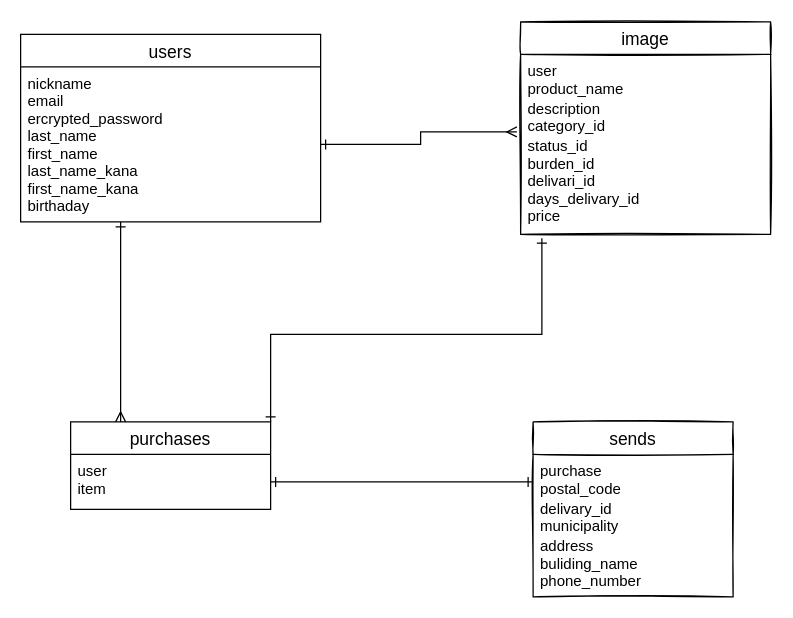
This is ER.dio from hi08ki/furima-36099, a draw.io file, before an edit. Source tidied: cells renumbered, new cells numbered last; positions are measured from the earlier drawing's top-left corner, leaving out a move shared by most shapes. Both pictures are drawn from the tidied source at 125%, with x=0, y=0 at pixel (20, 21).
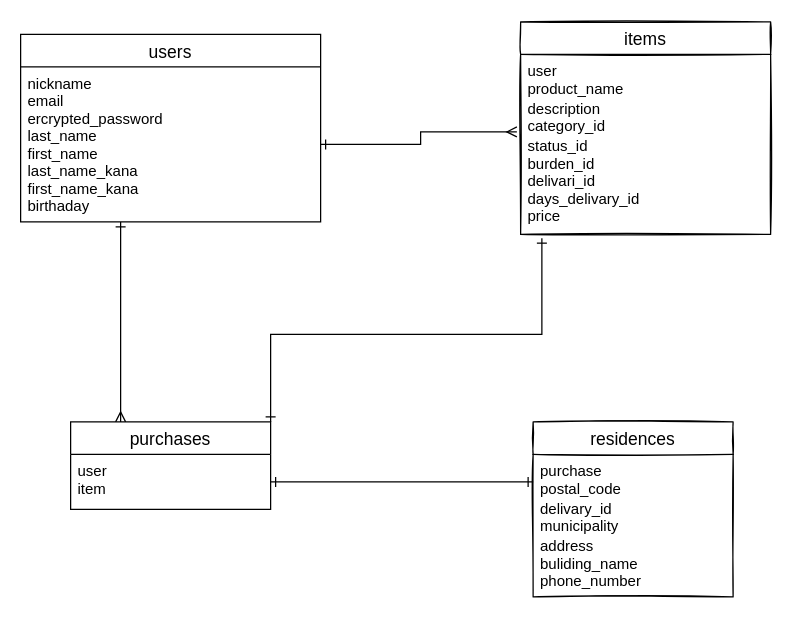
The same diagram, later.

Diff of the diagram source:
```diff
@@
-    <mxCell id="8" value="image" style="swimlane;fontStyle=0;horizontal=1;startSize=26;align=center;fontSize=14;sketch=1;" parent="1" vertex="1">
+    <mxCell id="8" value="items" style="swimlane;fontStyle=0;horizontal=1;startSize=26;align=center;fontSize=14;sketch=1;" parent="1" vertex="1">
       <mxGeometry x="400" width="200" height="170" as="geometry" />
     </mxCell>
@@
-    <mxCell id="12" value="sends" style="swimlane;fontStyle=0;horizontal=1;startSize=26;align=center;fontSize=14;sketch=1;" parent="1" vertex="1">
+    <mxCell id="12" value="residences" style="swimlane;fontStyle=0;horizontal=1;startSize=26;align=center;fontSize=14;sketch=1;" parent="1" vertex="1">
       <mxGeometry x="410" y="320" width="160" height="140" as="geometry" />
     </mxCell>
```
